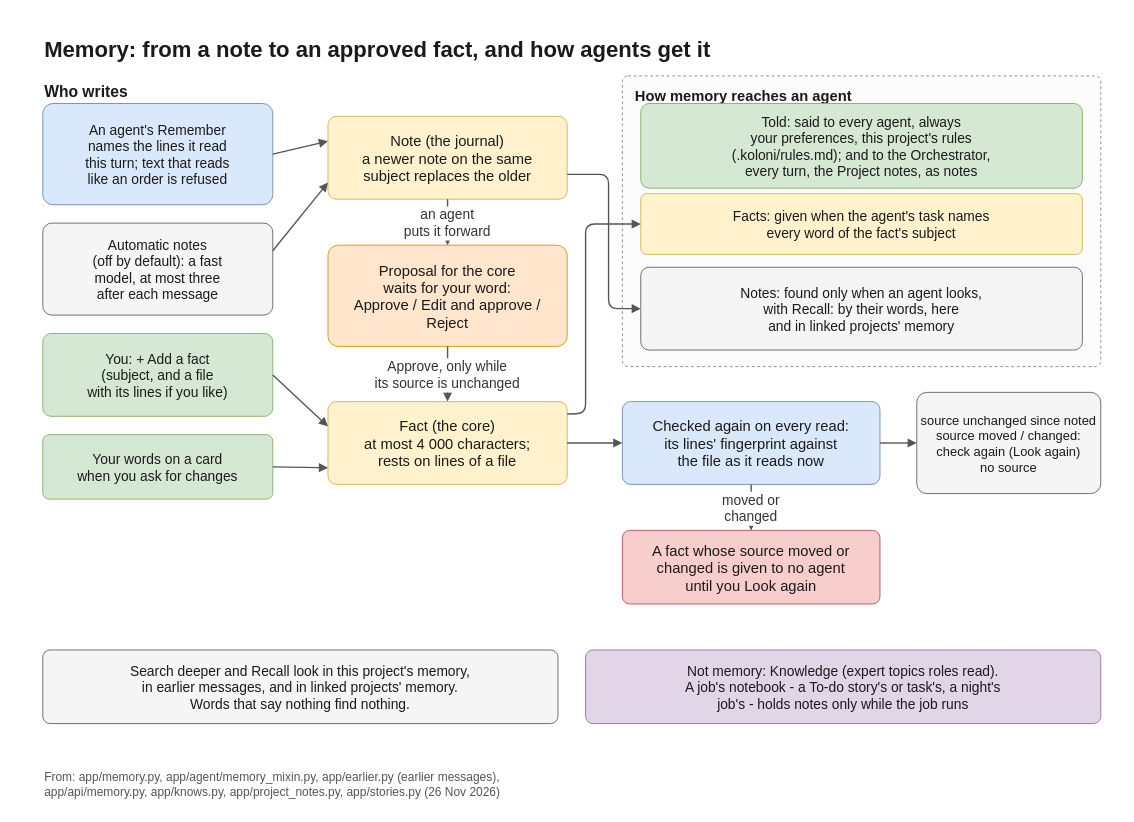
The draw.io diagram docs/diagrams/memory.drawio in flyingriverhorse/Koloni, before the edit. Source tidied: cells renumbered, new cells numbered last; positions are measured from the earlier drawing's top-left corner, leaving out a move shared by most shapes. Both pictures are drawn from the tidied source at 92%, with x=0, y=0 at pixel (15, 15).
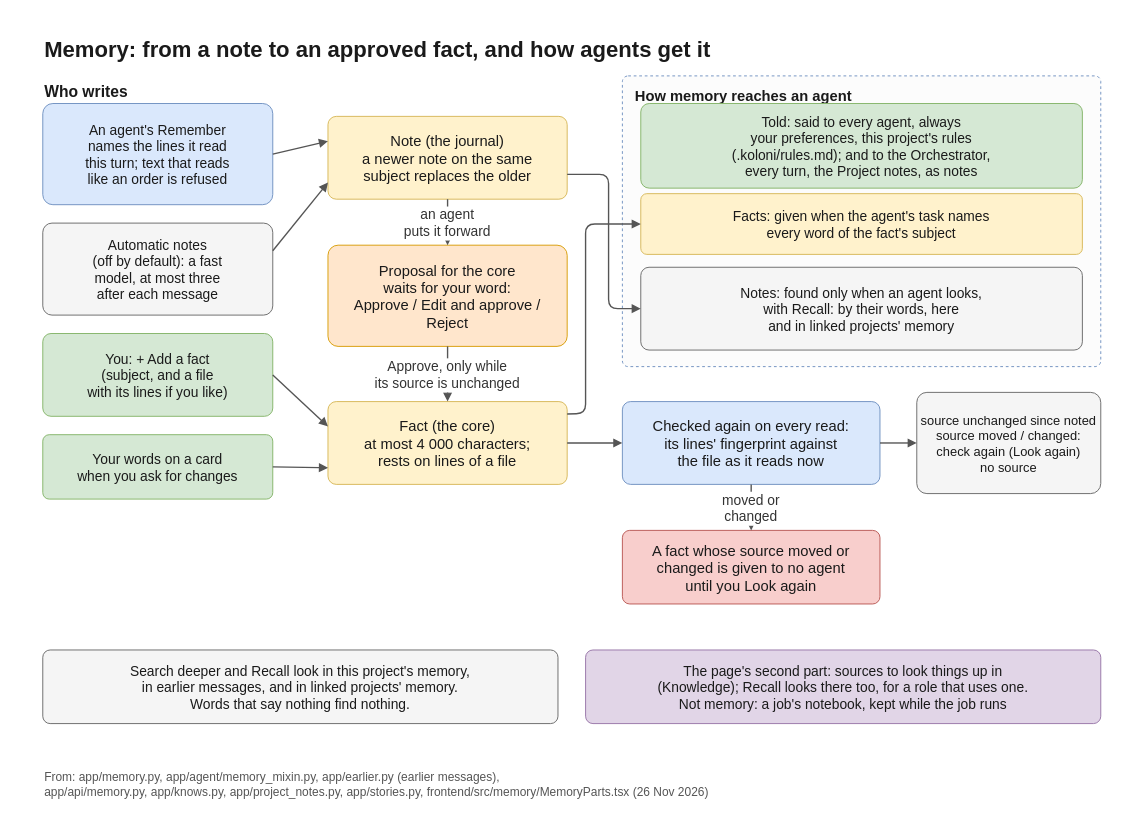
The same diagram, later.

Change to the diagram source:
```diff
@@
-    <mxCell id="31" value="Not memory: Knowledge (expert topics roles read).&#10;A job's notebook - a To-do story's or task's, a night's&#10;job's - holds notes only while the job runs" style="rounded=1;arcSize=10;fillColor=#e1d5e7;strokeColor=#9673a6;fontFamily=Helvetica;fontColor=#1a1a1a;fontSize=15;spacing=6;" parent="1" vertex="1">
+    <mxCell id="31" value="The page's second part: sources to look things up in&#10;(Knowledge); Recall looks there too, for a role that uses one.&#10;Not memory: a job's notebook, kept while the job runs" style="rounded=1;arcSize=10;fillColor=#e1d5e7;strokeColor=#9673a6;fontFamily=Helvetica;fontColor=#1a1a1a;fontSize=15;spacing=6;" parent="1" vertex="1">
       <mxGeometry x="620" y="690" width="560" height="80" as="geometry" />
     </mxCell>
-    <mxCell id="32" value="From: app/memory.py, app/agent/memory_mixin.py, app/earlier.py (earlier messages),&#10;app/api/memory.py, app/knows.py, app/project_notes.py, app/stories.py (26 Nov 2026)" style="text;strokeColor=none;fillColor=none;fontFamily=Helvetica;fontColor=#555555;fontSize=13;align=left;verticalAlign=top;" parent="1" vertex="1">
+    <mxCell id="32" value="From: app/memory.py, app/agent/memory_mixin.py, app/earlier.py (earlier messages),&#10;app/api/memory.py, app/knows.py, app/project_notes.py, app/stories.py, frontend/src/memory/MemoryParts.tsx (26 Nov 2026)" style="text;strokeColor=none;fillColor=none;fontFamily=Helvetica;fontColor=#555555;fontSize=13;align=left;verticalAlign=top;" parent="1" vertex="1">
       <mxGeometry x="30" y="814" width="1140" height="40" as="geometry" />
     </mxCell>
```
